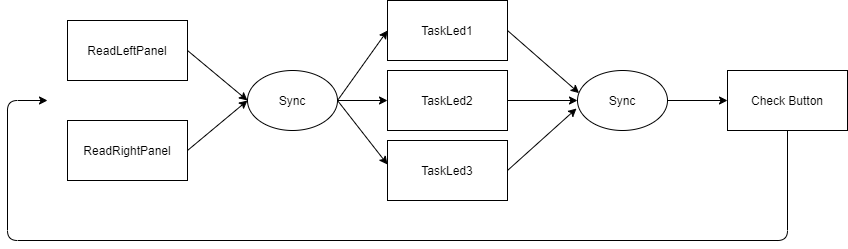
The draw.io diagram parallel_regions.png in Ghinne/SistemiEmbedded, before a commit. Source tidied: cells renumbered, new cells last; positions are measured from the earlier drawing's top-left corner, leaving out a move shared by most shapes.
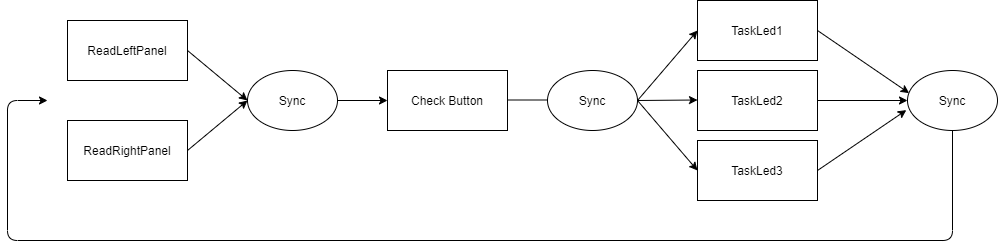
After the commit.

Diff of the diagram source:
```diff
@@ -18,27 +18,21 @@
       <mxGeometry relative="1" as="geometry" />
     </mxCell>
     <mxCell id="7" value="TaskLed1" style="rounded=0;whiteSpace=wrap;html=1;" parent="1" vertex="1">
-      <mxGeometry x="380" width="120" height="60" as="geometry" />
+      <mxGeometry x="690" width="120" height="60" as="geometry" />
     </mxCell>
     <mxCell id="8" value="TaskLed2" style="rounded=0;whiteSpace=wrap;html=1;" parent="1" vertex="1">
-      <mxGeometry x="380" y="70" width="120" height="60" as="geometry" />
+      <mxGeometry x="690" y="70" width="120" height="60" as="geometry" />
     </mxCell>
     <mxCell id="9" value="TaskLed3" style="rounded=0;whiteSpace=wrap;html=1;" parent="1" vertex="1">
-      <mxGeometry x="380" y="140" width="120" height="60" as="geometry" />
+      <mxGeometry x="690" y="140" width="120" height="60" as="geometry" />
     </mxCell>
-    <mxCell id="10" style="endArrow=classic;html=1;exitX=1;exitY=0.5;exitDx=0;exitDy=0;entryX=0;entryY=0.5;entryDx=0;entryDy=0;" parent="1" edge="1" source="4" target="7">
-      <mxGeometry relative="1" as="geometry" />
-    </mxCell>
-    <mxCell id="11" style="endArrow=classic;html=1;exitX=1;exitY=0.5;exitDx=0;exitDy=0;entryX=0;entryY=0.5;entryDx=0;entryDy=0;" parent="1" edge="1" source="4" target="8">
-      <mxGeometry relative="1" as="geometry" />
+    <mxCell id="11" style="endArrow=classic;html=1;exitX=1;exitY=0.5;exitDx=0;exitDy=0;" parent="1" edge="1" source="4">
+      <mxGeometry relative="1" as="geometry">
+        <mxPoint x="380" y="100" as="targetPoint" />
+      </mxGeometry>
     </mxCell>
-    <mxCell id="12" style="endArrow=classic;html=1;exitX=1;exitY=0.5;exitDx=0;exitDy=0;" parent="1" edge="1" source="4">
-      <mxGeometry relative="1" as="geometry">
-        <mxPoint x="380" y="164" as="targetPoint" />
-      </mxGeometry>
-    </mxCell>
     <mxCell id="13" value="Sync" style="ellipse;whiteSpace=wrap;html=1;" parent="1" vertex="1">
-      <mxGeometry x="570" y="70" width="90" height="60" as="geometry" />
+      <mxGeometry x="900" y="70" width="90" height="60" as="geometry" />
     </mxCell>
     <mxCell id="14" style="endArrow=classic;html=1;exitX=1;exitY=0.5;exitDx=0;exitDy=0;entryX=0.018;entryY=0.377;entryDx=0;entryDy=0;entryPerimeter=0;" parent="1" edge="1" source="7" target="13">
       <mxGeometry relative="1" as="geometry" />
@@ -46,28 +40,41 @@
     <mxCell id="15" style="endArrow=classic;html=1;exitX=1;exitY=0.5;exitDx=0;exitDy=0;entryX=0;entryY=0.5;entryDx=0;entryDy=0;" parent="1" edge="1" source="8" target="13">
       <mxGeometry relative="1" as="geometry" />
     </mxCell>
-    <mxCell id="16" style="endArrow=classic;html=1;exitX=1;exitY=0.5;exitDx=0;exitDy=0;" parent="1" edge="1" source="9">
-      <mxGeometry relative="1" as="geometry">
-        <mxPoint x="569" y="108" as="targetPoint" />
-      </mxGeometry>
+    <mxCell id="16" style="endArrow=classic;html=1;exitX=1;exitY=0.5;exitDx=0;exitDy=0;entryX=-0.013;entryY=0.66;entryDx=0;entryDy=0;entryPerimeter=0;" parent="1" edge="1" source="9" target="13">
+      <mxGeometry relative="1" as="geometry" />
     </mxCell>
-    <mxCell id="17" style="endArrow=classic;html=1;exitX=0.5;exitY=1;exitDx=0;exitDy=0;" parent="1" edge="1" source="18">
+    <mxCell id="17" style="endArrow=classic;html=1;exitX=0.5;exitY=1;exitDx=0;exitDy=0;" parent="1" edge="1" source="13">
       <mxGeometry relative="1" as="geometry">
         <mxPoint x="40" y="100" as="targetPoint" />
         <Array as="points">
-          <mxPoint x="780" y="240" />
+          <mxPoint x="945" y="240" />
           <mxPoint y="240" />
           <mxPoint y="100" />
         </Array>
       </mxGeometry>
     </mxCell>
     <mxCell id="18" value="Check Button" style="rounded=0;whiteSpace=wrap;html=1;" parent="1" vertex="1">
-      <mxGeometry x="720" y="70" width="120" height="60" as="geometry" />
+      <mxGeometry x="380" y="70" width="120" height="60" as="geometry" />
     </mxCell>
-    <mxCell id="19" style="endArrow=classic;html=1;exitX=1;exitY=0.5;exitDx=0;exitDy=0;" parent="1" edge="1" source="13">
-      <mxGeometry relative="1" as="geometry">
-        <mxPoint x="720" y="100" as="targetPoint" />
-      </mxGeometry>
-    </mxCell>
+    <mxCell id="20" style="endArrow=classic;html=1;exitX=1;exitY=0.5;exitDx=0;exitDy=0;" parent="1" edge="1">
+      <mxGeometry relative="1" as="geometry">
+        <mxPoint x="500" y="99.5" as="sourcePoint" />
+        <mxPoint x="550" y="99.5" as="targetPoint" />
+      </mxGeometry>
+    </mxCell>
+    <mxCell id="21" value="Sync" style="ellipse;whiteSpace=wrap;html=1;" parent="1" vertex="1">
+      <mxGeometry x="540" y="70" width="90" height="60" as="geometry" />
+    </mxCell>
+    <mxCell id="22" style="endArrow=classic;html=1;exitX=1;exitY=0.5;exitDx=0;exitDy=0;" parent="1" edge="1" source="21">
+      <mxGeometry relative="1" as="geometry">
+        <mxPoint x="690" y="99.5" as="targetPoint" />
+      </mxGeometry>
+    </mxCell>
+    <mxCell id="23" style="endArrow=classic;html=1;exitX=1;exitY=0.5;exitDx=0;exitDy=0;entryX=0;entryY=0.5;entryDx=0;entryDy=0;" parent="1" edge="1" source="21" target="7">
+      <mxGeometry relative="1" as="geometry" />
+    </mxCell>
+    <mxCell id="24" style="endArrow=classic;html=1;exitX=1;exitY=0.5;exitDx=0;exitDy=0;entryX=0;entryY=0.5;entryDx=0;entryDy=0;" parent="1" edge="1" source="21" target="9">
+      <mxGeometry relative="1" as="geometry" />
+    </mxCell>
   </root>
 </mxGraphModel>
```
